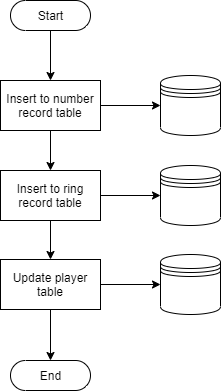
kparlak/dart-scoring-system keeps this draw.io diagram as scoring/documentation/Finish_Game_Logic.png. Above is the earlier version. Source tidied: cells renumbered, new cells last; positions are measured from the earlier drawing's top-left corner, leaving out a move shared by most shapes.
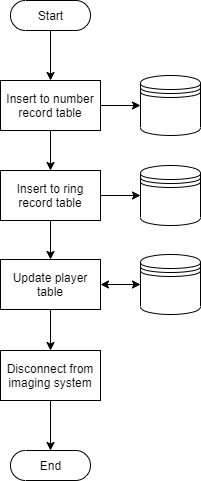
After the change.

What changed in the source:
```diff
@@ -9,7 +9,7 @@
       <mxGeometry x="10" width="80" height="30" as="geometry" />
     </mxCell>
     <mxCell id="4" value="End" style="html=1;dashed=0;whitespace=wrap;shape=mxgraph.dfd.start;" parent="1" vertex="1">
-      <mxGeometry x="10" y="360" width="80" height="30" as="geometry" />
+      <mxGeometry x="10" y="450" width="80" height="30" as="geometry" />
     </mxCell>
     <mxCell id="5" style="edgeStyle=orthogonalEdgeStyle;rounded=1;jettySize=auto;html=1;exitX=0.5;exitY=1;exitDx=0;exitDy=0;entryX=0.5;entryY=0;entryDx=0;entryDy=0;" parent="1" edge="1" source="6" target="12">
       <mxGeometry relative="1" as="geometry" />
@@ -21,14 +21,11 @@
       <mxGeometry relative="1" as="geometry" />
     </mxCell>
     <mxCell id="8" style="shape=datastore;whiteSpace=wrap;html=1;" parent="1" vertex="1">
-      <mxGeometry x="160" y="75" width="60" height="60" as="geometry" />
+      <mxGeometry x="140" y="75" width="60" height="60" as="geometry" />
     </mxCell>
     <mxCell id="9" style="edgeStyle=orthogonalEdgeStyle;rounded=1;jettySize=auto;html=1;exitX=1;exitY=0.5;exitDx=0;exitDy=0;entryX=0;entryY=0.5;entryDx=0;entryDy=0;" parent="1" edge="1" source="12" target="13">
       <mxGeometry relative="1" as="geometry" />
     </mxCell>
-    <mxCell id="10" style="edgeStyle=orthogonalEdgeStyle;rounded=1;jettySize=auto;html=1;exitX=0.5;exitY=1;exitDx=0;exitDy=0;entryX=0.5;entryY=0.5;entryDx=0;entryDy=-15;entryPerimeter=0;" parent="1" edge="1" source="16" target="4">
-      <mxGeometry relative="1" as="geometry" />
-    </mxCell>
     <mxCell id="11" style="edgeStyle=orthogonalEdgeStyle;rounded=1;jettySize=auto;html=1;exitX=0.5;exitY=1;exitDx=0;exitDy=0;entryX=0.5;entryY=0;entryDx=0;entryDy=0;" parent="1" edge="1" source="12" target="16">
       <mxGeometry relative="1" as="geometry" />
     </mxCell>
@@ -36,16 +33,25 @@
       <mxGeometry y="170" width="100" height="50" as="geometry" />
     </mxCell>
     <mxCell id="13" style="shape=datastore;whiteSpace=wrap;html=1;" parent="1" vertex="1">
-      <mxGeometry x="160" y="165" width="60" height="60" as="geometry" />
+      <mxGeometry x="140" y="165" width="60" height="60" as="geometry" />
     </mxCell>
-    <mxCell id="14" style="edgeStyle=orthogonalEdgeStyle;rounded=1;jettySize=auto;html=1;exitX=1;exitY=0.5;exitDx=0;exitDy=0;entryX=0;entryY=0.5;entryDx=0;entryDy=0;" parent="1" edge="1" source="16" target="15">
+    <mxCell id="14" style="edgeStyle=orthogonalEdgeStyle;rounded=1;jettySize=auto;html=1;exitX=1;exitY=0.5;exitDx=0;exitDy=0;entryX=0;entryY=0.5;entryDx=0;entryDy=0;startArrow=classic;startFill=1;" parent="1" edge="1" source="16" target="15">
       <mxGeometry relative="1" as="geometry" />
     </mxCell>
     <mxCell id="15" style="shape=datastore;whiteSpace=wrap;html=1;" parent="1" vertex="1">
-      <mxGeometry x="160" y="254" width="60" height="60" as="geometry" />
+      <mxGeometry x="140" y="254" width="60" height="60" as="geometry" />
     </mxCell>
+    <mxCell id="17" style="edgeStyle=orthogonalEdgeStyle;rounded=1;jettySize=auto;html=1;exitX=0.5;exitY=1;exitDx=0;exitDy=0;entryX=0.5;entryY=0;entryDx=0;entryDy=0;startArrow=none;startFill=0;" parent="1" edge="1" source="16" target="19">
+      <mxGeometry relative="1" as="geometry" />
+    </mxCell>
     <mxCell id="16" value="Update player table" style="html=1;dashed=0;whitespace=wrap;whiteSpace=wrap;" parent="1" vertex="1">
       <mxGeometry y="259" width="100" height="50" as="geometry" />
     </mxCell>
+    <mxCell id="18" style="edgeStyle=orthogonalEdgeStyle;rounded=1;jettySize=auto;html=1;exitX=0.5;exitY=1;exitDx=0;exitDy=0;entryX=0.5;entryY=0.5;entryDx=0;entryDy=-15;entryPerimeter=0;startArrow=none;startFill=0;" parent="1" edge="1" source="19" target="4">
+      <mxGeometry relative="1" as="geometry" />
+    </mxCell>
+    <mxCell id="19" value="Disconnect from imaging system" style="html=1;dashed=0;whitespace=wrap;whiteSpace=wrap;" parent="1" vertex="1">
+      <mxGeometry y="350" width="100" height="50" as="geometry" />
+    </mxCell>
   </root>
 </mxGraphModel>
```
